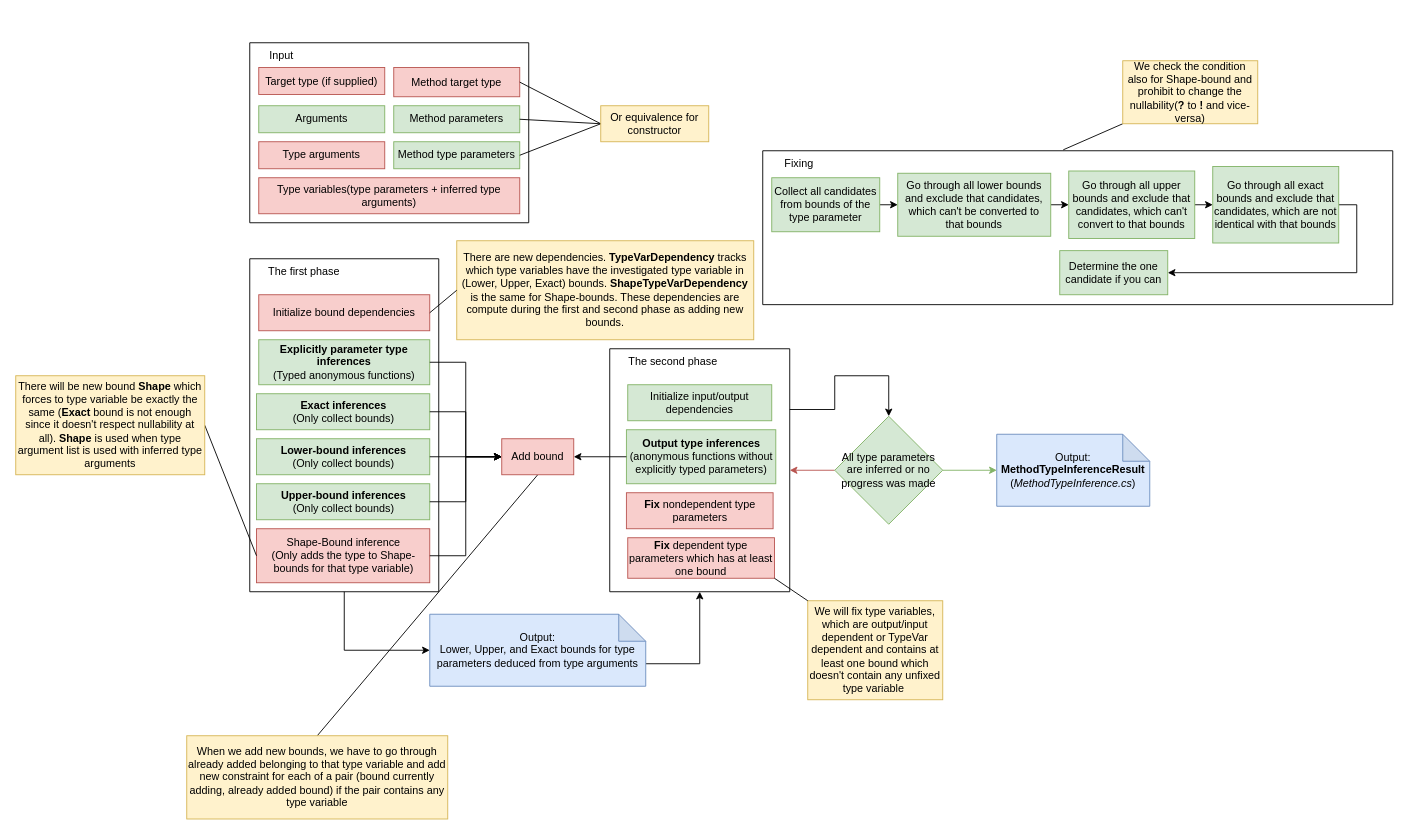
Earlier version of the draw.io diagram Notes/Artifacts/MethodTypeInferrer_Improved.drawio (TomatorCZ/master-thesis). Source tidied: cells renumbered, new cells numbered last; positions are measured from the earlier drawing's top-left corner, leaving out a move shared by most shapes. Both pictures are drawn from the tidied source at 90%, with x=0, y=0 at pixel (15, 42).
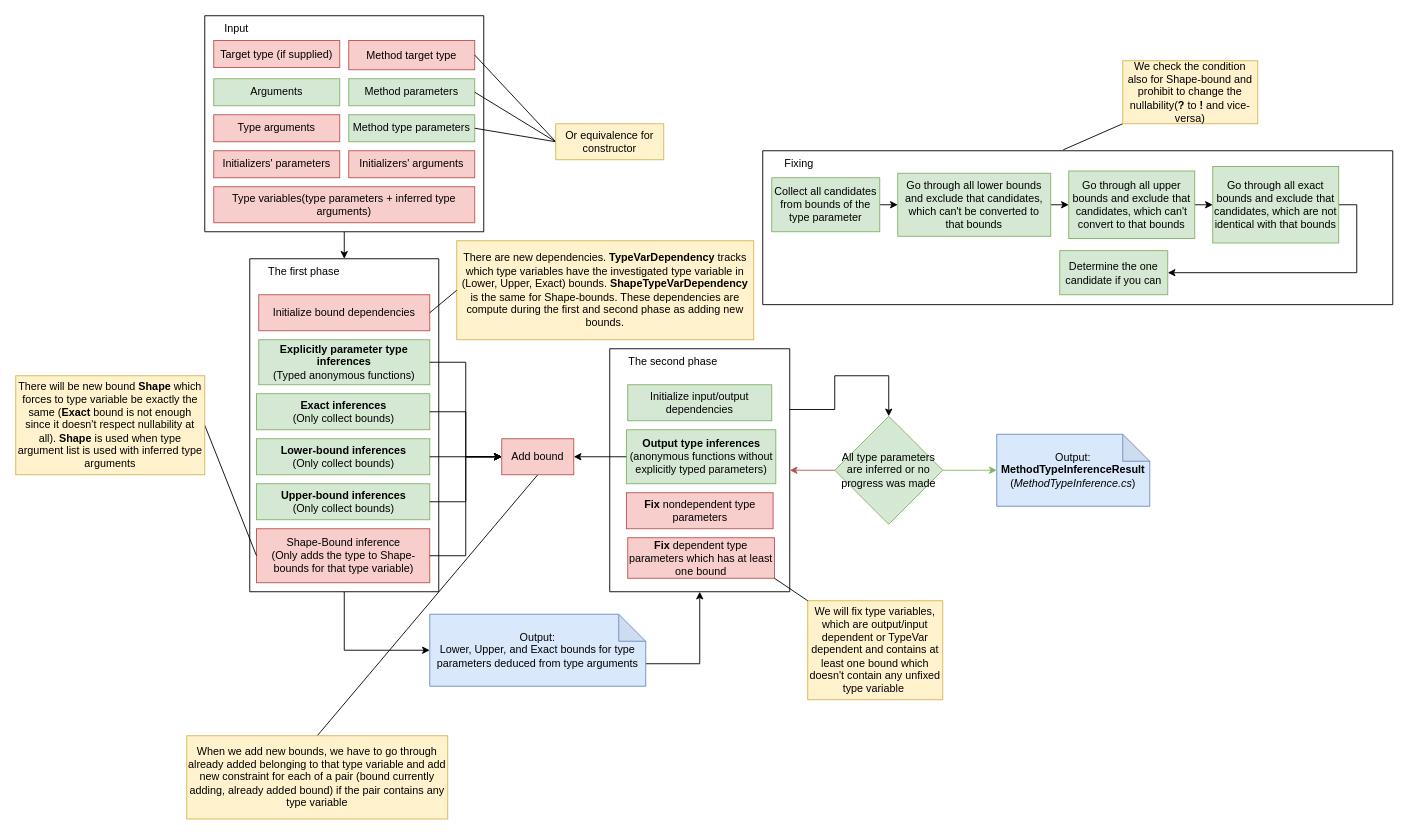
Above is the later version.

Commit message (it also covers changes not shown here):
Add info from initializers to type inference

The change refers to these unchanged cells:
```xml
<mxCell id="3" style="swimlane;startSize=0;" parent="1" vertex="1">
  <mxGeometry x="260" y="240" width="210" height="370" as="geometry" />
</mxCell>
```

The edit, as a diff of the source:
```diff
@@
+    <mxCell id="65" style="edgeStyle=orthogonalEdgeStyle;rounded=0;jettySize=auto;html=1;exitX=0.5;exitY=1;exitDx=0;exitDy=0;entryX=0.5;entryY=0;entryDx=0;entryDy=0;" parent="1" edge="1" source="43" target="3">
+      <mxGeometry relative="1" as="geometry" />
+    </mxCell>
     <mxCell id="43" style="swimlane;startSize=0;" parent="1" vertex="1">
-      <mxGeometry x="260" width="310" height="200" as="geometry" />
+      <mxGeometry x="210" y="-30" width="310" height="240" as="geometry" />
     </mxCell>
@@
     <mxCell id="48" value="Type variables(type parameters + inferred type arguments)" style="rounded=0;whiteSpace=wrap;html=1;fillColor=#f8cecc;strokeColor=#b85450;" parent="43" vertex="1">
-      <mxGeometry x="10" y="150" width="290" height="40" as="geometry" />
+      <mxGeometry x="10" y="190" width="290" height="40" as="geometry" />
     </mxCell>
@@
+    <mxCell id="66" value="Initializers' parameters" style="rounded=0;whiteSpace=wrap;html=1;fillColor=#f8cecc;strokeColor=#b85450;" parent="43" vertex="1">
+      <mxGeometry x="10" y="150" width="140" height="30" as="geometry" />
+    </mxCell>
+    <mxCell id="67" value="Initializers' arguments" style="rounded=0;whiteSpace=wrap;html=1;fillColor=#f8cecc;strokeColor=#b85450;" parent="43" vertex="1">
+      <mxGeometry x="160" y="150" width="140" height="30" as="geometry" />
+    </mxCell>
@@
     <mxCell id="55" value="Or equivalence for constructor" style="rounded=0;whiteSpace=wrap;html=1;fillColor=#fff2cc;strokeColor=#d6b656;" parent="1" vertex="1">
-      <mxGeometry x="650" y="70" width="120" height="40" as="geometry" />
+      <mxGeometry x="600" y="90" width="120" height="40" as="geometry" />
     </mxCell>
```
